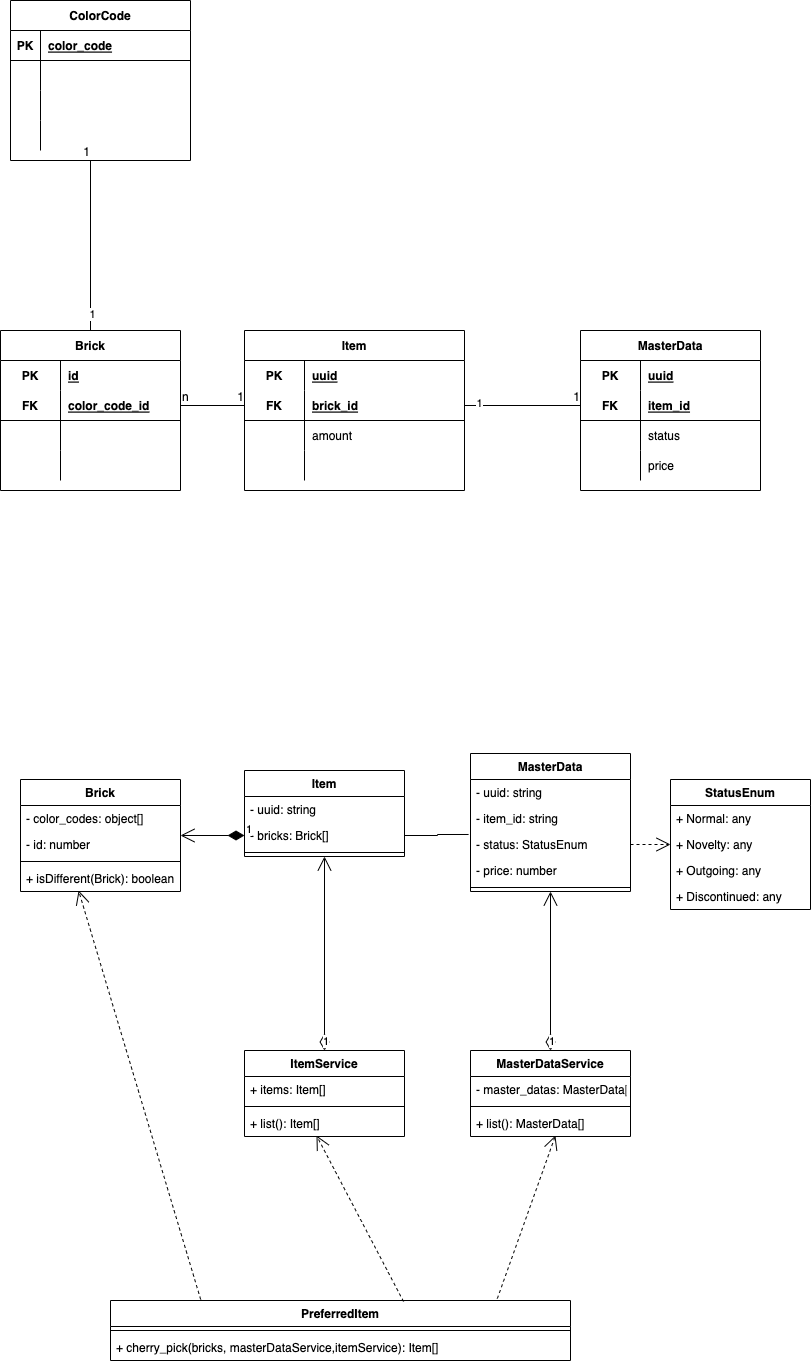
Earlier version of the draw.io export lego.drawio.png (coolloic/lego). Source tidied: cells renumbered, new cells last; positions are measured from the earlier drawing's top-left corner, leaving out a move shared by most shapes.
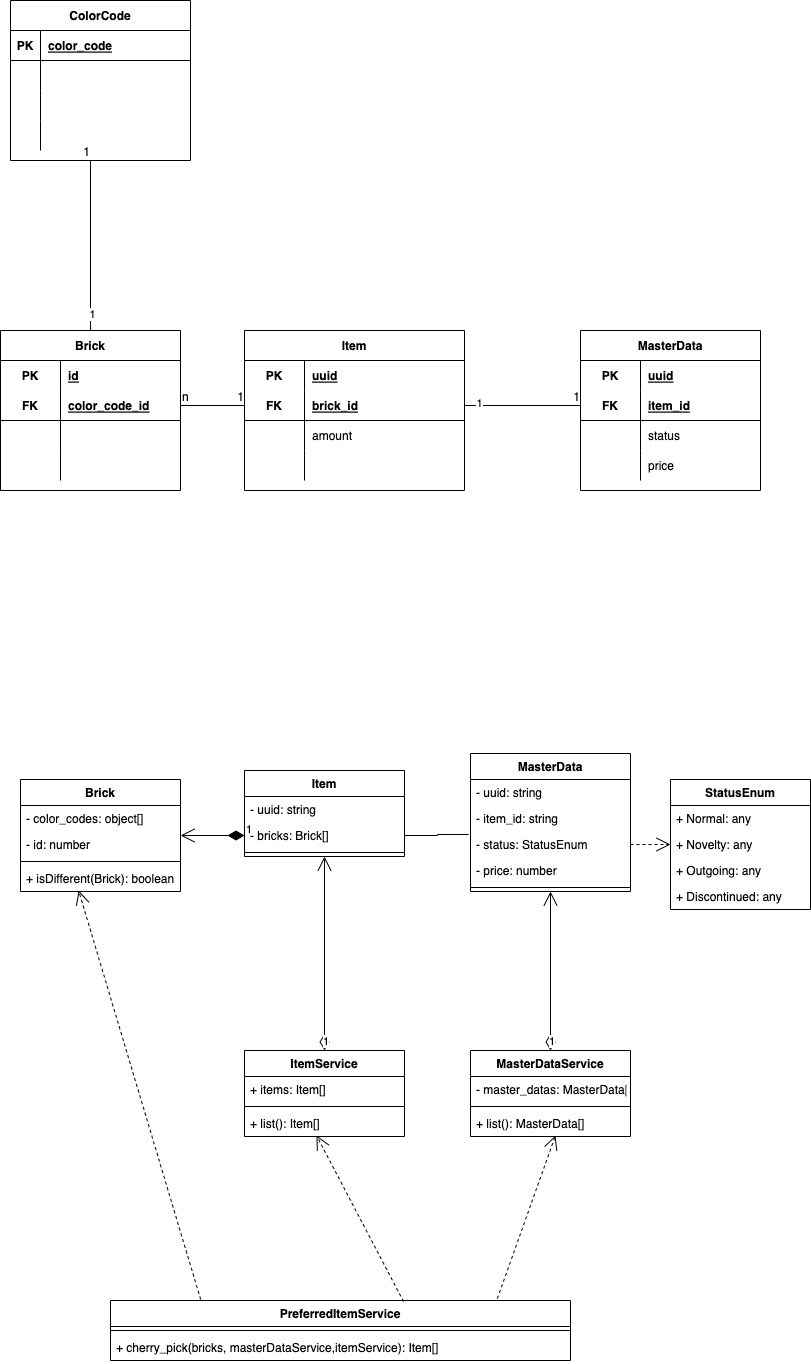
The same diagram one commit later.

Change to the diagram source:
```diff
@@ -68,7 +68,7 @@
     <mxCell id="23" style="endArrow=none;html=1;edgeStyle=orthogonalEdgeStyle;rounded=0;exitX=1;exitY=0.5;exitDx=0;exitDy=0;entryX=-0.012;entryY=0.115;entryDx=0;entryDy=0;entryPerimeter=0;" parent="1" edge="1" source="9" target="14">
       <mxGeometry relative="1" as="geometry" />
     </mxCell>
-    <mxCell id="24" value="PreferredItem" style="swimlane;fontStyle=1;align=center;verticalAlign=top;horizontal=1;startSize=26;" parent="1" vertex="1">
+    <mxCell id="24" value="PreferredItemService" style="swimlane;fontStyle=1;align=center;verticalAlign=top;horizontal=1;startSize=26;" parent="1" vertex="1">
       <mxGeometry x="110" y="1300" width="460" height="60" as="geometry" />
     </mxCell>
     <mxCell id="25" style="line;strokeWidth=1;fillColor=none;align=left;verticalAlign=middle;spacingTop=-1;spacingLeft=3;spacingRight=3;labelPosition=right;strokeColor=inherit;" parent="24" vertex="1">
```
